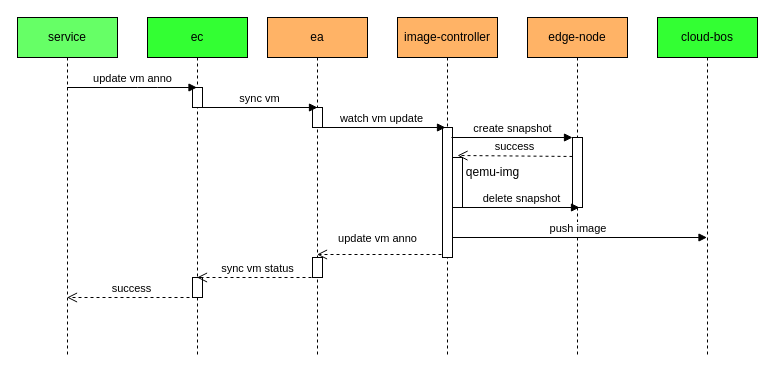
Before: image.drawio in ZP-AlwaysWin/diagram, a draw.io diagram. Source tidied: cells renumbered, new cells numbered last; positions are measured from the earlier drawing's top-left corner, leaving out a move shared by most shapes. Both pictures are drawn from the tidied source at 100%, with x=0, y=0 at pixel (17, 17).
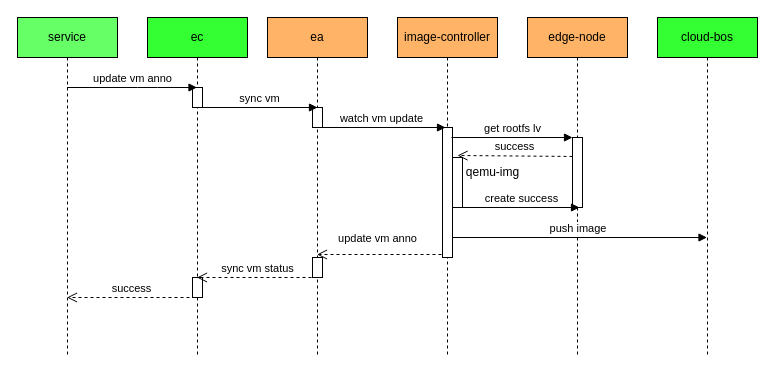
After the change.

The change refers to these unchanged cells:
```xml
<mxCell id="12" style="html=1;points=[];perimeter=orthogonalPerimeter;" parent="11" vertex="1">
  <mxGeometry x="45" y="120" width="10" height="70" as="geometry" />
</mxCell>
```

Diff of the diagram source:
```diff
@@
-    <mxCell id="17" value="create snapshot" style="html=1;verticalAlign=bottom;endArrow=block;entryX=0;entryY=0;" parent="1" edge="1" target="12">
+    <mxCell id="17" value="get rootfs lv" style="html=1;verticalAlign=bottom;endArrow=block;entryX=0;entryY=0;" parent="1" edge="1" target="12">
       <mxGeometry relative="1" as="geometry">
         <mxPoint x="434" y="120" as="sourcePoint" />
       </mxGeometry>
     </mxCell>
@@
-    <mxCell id="24" value="delete snapshot" style="html=1;verticalAlign=bottom;endArrow=block;exitX=0.8;exitY=1;exitDx=0;exitDy=0;exitPerimeter=0;" parent="1" edge="1">
+    <mxCell id="24" value="create success" style="html=1;verticalAlign=bottom;endArrow=block;exitX=0.8;exitY=1;exitDx=0;exitDy=0;exitPerimeter=0;" parent="1" edge="1">
       <mxGeometry relative="1" as="geometry">
         <mxPoint x="445" y="190" as="sourcePoint" />
         <mxPoint x="562" y="190" as="targetPoint" />
-        <Array as="points">
-          <mxPoint x="512.5" y="190" />
-        </Array>
       </mxGeometry>
     </mxCell>
```
